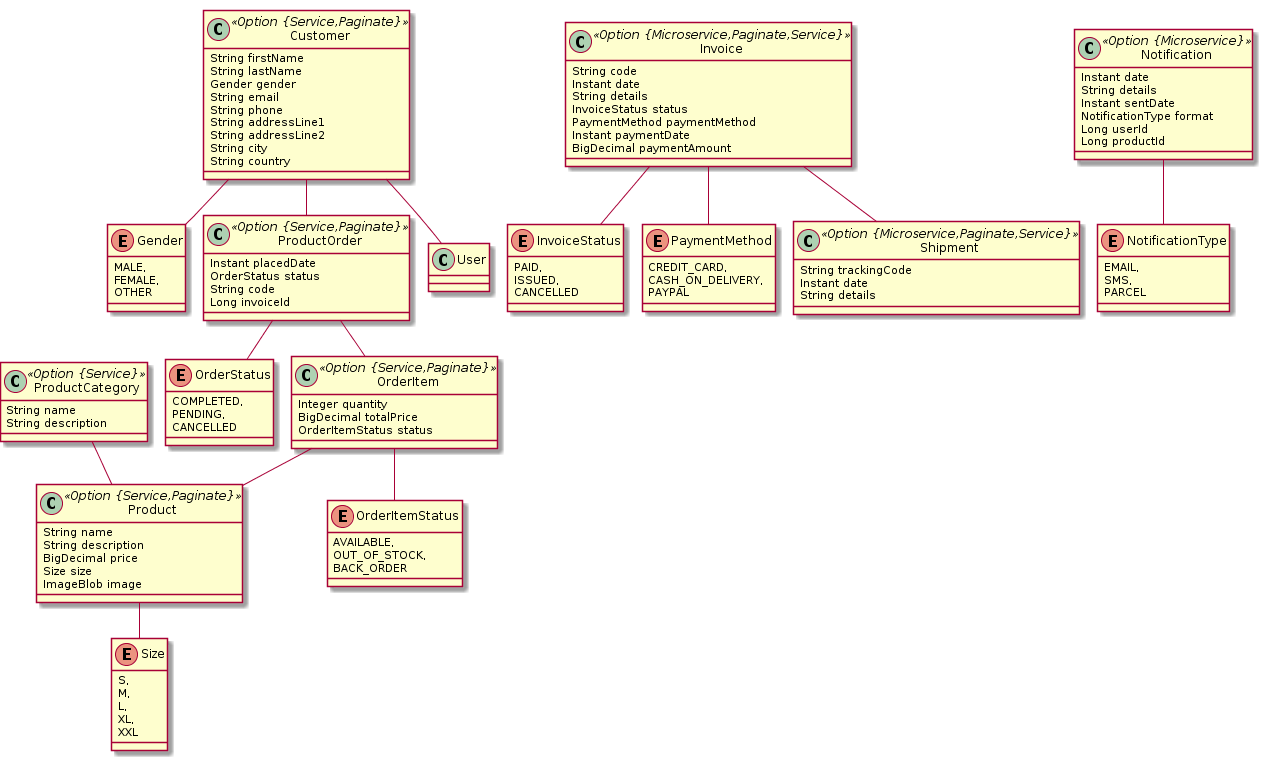
Before: app.png, a diagram exported from PlantUML (xebialabs/e-commerce-microservice).
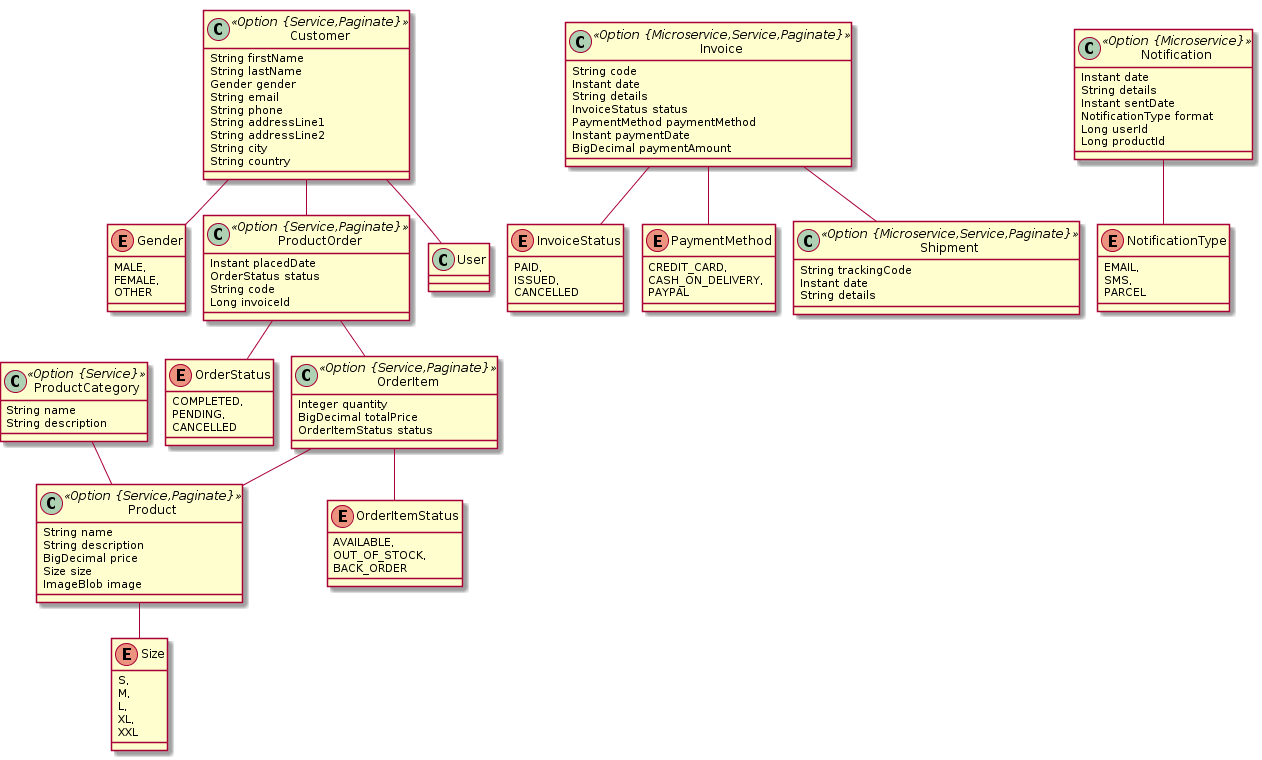
After the commit.

What changed in the source:
```diff
@@ -65,7 +65,7 @@
 	Customer  "order 0..1 " --o "customer(email)  1..* "  ProductOrder
 	ProductOrder  "orderItem 0..1 " --o "order(code)  1..* "  OrderItem
 	ProductCategory  "product 0..1 " --o "productCategory(name) 0..* "  Product
-	class Invoice <<Option {Microservice,Paginate,Service}>> {
+	class Invoice <<Option {Microservice,Service,Paginate}>> {
 		String code
 		Instant date
 		String details
@@ -81,7 +81,7 @@
 		ISSUED,
 		CANCELLED
 	}
-	class Shipment <<Option {Microservice,Paginate,Service}>> {
+	class Shipment <<Option {Microservice,Service,Paginate}>> {
 		String trackingCode
 		Instant date
 		String details
```
